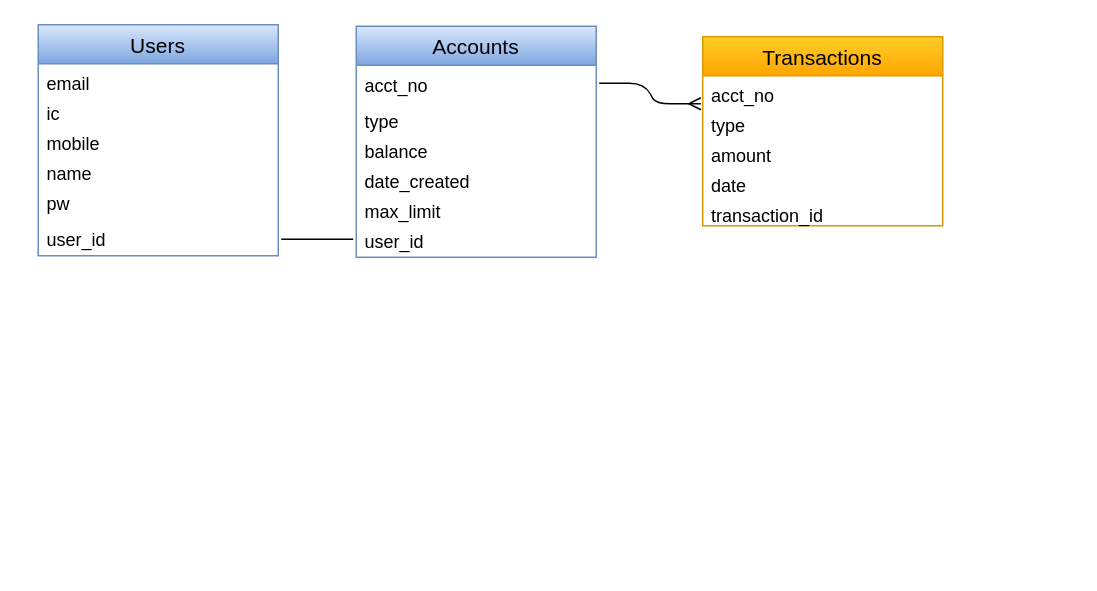
This is page "ER Diagram" (1 of 2) of Untitled Diagram.drawio from yihching8/DevToolkit2SQL, a draw.io file, before an edit. Source tidied: cells renumbered, new cells numbered last; positions are measured from the earlier drawing's top-left corner, leaving out a move shared by most shapes. Both pictures are drawn from the tidied source at 150%, with x=0, y=0 at pixel (38, 24).
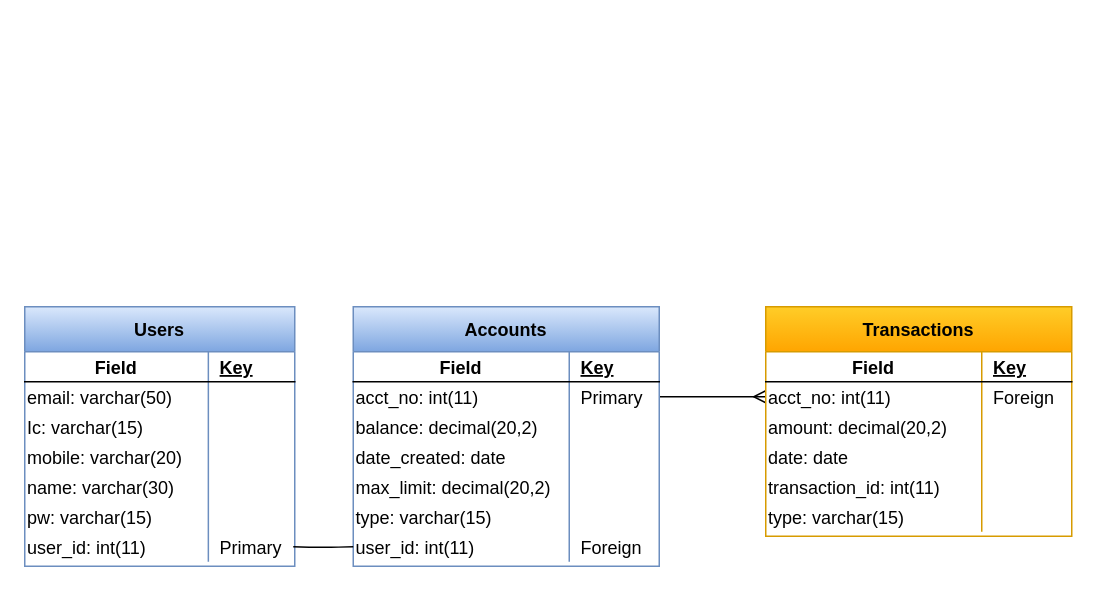
The same page after the edit.

The edit, as a diff of the source:
```diff
@@
+    <mxCell id="22" style="edgeStyle=entityRelationEdgeStyle;fontSize=12;html=1;endArrow=ERmany;exitX=1;exitY=0.5;exitDx=0;exitDy=0;entryX=0;entryY=0.5;entryDx=0;entryDy=0;" parent="1" edge="1" source="48" target="70">
+      <mxGeometry relative="1" as="geometry" />
+    </mxCell>
+    <mxCell id="9" value="Users" style="shape=table;startSize=30;childLayout=tableLayout;rowLines=0;fontStyle=1;align=center;gradientColor=#7ea6e0;fillColor=#dae8fc;strokeColor=#6c8ebf;" parent="1" vertex="1">
+      <mxGeometry x="-9" y="188" width="180" height="173" as="geometry" />
+    </mxCell>
+    <mxCell id="24" style="shape=partialRectangle;fillColor=none;top=0;left=0;bottom=1;right=0;" parent="9" vertex="1">
+      <mxGeometry y="30" width="180" height="20" as="geometry" />
+    </mxCell>
+    <mxCell id="25" value="Field" style="shape=partialRectangle;fillColor=none;top=0;left=0;bottom=0;right=0;fontStyle=1;overflow=hidden;" parent="24" vertex="1">
+      <mxGeometry width="122.4" height="20" as="geometry" />
+    </mxCell>
+    <mxCell id="26" value="Key" style="shape=partialRectangle;fillColor=none;top=0;left=0;bottom=0;right=0;align=left;spacingLeft=6;fontStyle=5;overflow=hidden;" parent="24" vertex="1">
+      <mxGeometry x="122.4" width="57.6" height="20" as="geometry" />
+    </mxCell>
+    <mxCell id="27" style="shape=partialRectangle;fillColor=none;top=0;left=0;bottom=0;right=0;" parent="9" vertex="1">
+      <mxGeometry y="50" width="180" height="20" as="geometry" />
+    </mxCell>
+    <mxCell id="28" value="email: varchar(50)" style="shape=partialRectangle;fillColor=none;top=0;left=0;bottom=0;right=0;overflow=hidden;align=left;" parent="27" vertex="1">
+      <mxGeometry width="122.4" height="20" as="geometry" />
+    </mxCell>
+    <mxCell id="29" style="shape=partialRectangle;fillColor=none;top=0;left=0;bottom=0;right=0;align=left;spacingLeft=6;overflow=hidden;" parent="27" vertex="1">
+      <mxGeometry x="122.4" width="57.6" height="20" as="geometry" />
+    </mxCell>
+    <mxCell id="30" style="shape=partialRectangle;fillColor=none;top=0;left=0;bottom=0;right=0;" parent="9" vertex="1">
+      <mxGeometry y="70" width="180" height="20" as="geometry" />
+    </mxCell>
+    <mxCell id="31" value="Ic: varchar(15)" style="shape=partialRectangle;fillColor=none;top=0;left=0;bottom=0;right=0;overflow=hidden;align=left;" parent="30" vertex="1">
+      <mxGeometry width="122.4" height="20" as="geometry" />
+    </mxCell>
+    <mxCell id="32" style="shape=partialRectangle;fillColor=none;top=0;left=0;bottom=0;right=0;align=left;spacingLeft=6;overflow=hidden;" parent="30" vertex="1">
+      <mxGeometry x="122.4" width="57.6" height="20" as="geometry" />
+    </mxCell>
+    <mxCell id="33" style="shape=partialRectangle;fillColor=none;top=0;left=0;bottom=0;right=0;" parent="9" vertex="1">
+      <mxGeometry y="90" width="180" height="20" as="geometry" />
+    </mxCell>
+    <mxCell id="34" value="mobile: varchar(20)" style="shape=partialRectangle;fillColor=none;top=0;left=0;bottom=0;right=0;overflow=hidden;align=left;" parent="33" vertex="1">
+      <mxGeometry width="122.4" height="20" as="geometry" />
+    </mxCell>
+    <mxCell id="35" style="shape=partialRectangle;fillColor=none;top=0;left=0;bottom=0;right=0;align=left;spacingLeft=6;overflow=hidden;" parent="33" vertex="1">
+      <mxGeometry x="122.4" width="57.6" height="20" as="geometry" />
+    </mxCell>
+    <mxCell id="36" style="shape=partialRectangle;fillColor=none;top=0;left=0;bottom=0;right=0;" parent="9" vertex="1">
+      <mxGeometry y="110" width="180" height="20" as="geometry" />
+    </mxCell>
+    <mxCell id="37" value="name: varchar(30)" style="shape=partialRectangle;fillColor=none;top=0;left=0;bottom=0;right=0;overflow=hidden;align=left;" parent="36" vertex="1">
+      <mxGeometry width="122.4" height="20" as="geometry" />
+    </mxCell>
+    <mxCell id="38" style="shape=partialRectangle;fillColor=none;top=0;left=0;bottom=0;right=0;align=left;spacingLeft=6;overflow=hidden;" parent="36" vertex="1">
+      <mxGeometry x="122.4" width="57.6" height="20" as="geometry" />
+    </mxCell>
+    <mxCell id="39" style="shape=partialRectangle;fillColor=none;top=0;left=0;bottom=0;right=0;" parent="9" vertex="1">
+      <mxGeometry y="130" width="180" height="20" as="geometry" />
+    </mxCell>
+    <mxCell id="40" value="pw: varchar(15)" style="shape=partialRectangle;fillColor=none;top=0;left=0;bottom=0;right=0;overflow=hidden;align=left;" parent="39" vertex="1">
+      <mxGeometry width="122.4" height="20" as="geometry" />
+    </mxCell>
+    <mxCell id="41" style="shape=partialRectangle;fillColor=none;top=0;left=0;bottom=0;right=0;align=left;spacingLeft=6;overflow=hidden;" parent="39" vertex="1">
+      <mxGeometry x="122.4" width="57.6" height="20" as="geometry" />
+    </mxCell>
+    <mxCell id="42" style="shape=partialRectangle;fillColor=none;top=0;left=0;bottom=0;right=0;" parent="9" vertex="1">
+      <mxGeometry y="150" width="180" height="20" as="geometry" />
+    </mxCell>
+    <mxCell id="43" value="user_id: int(11)" style="shape=partialRectangle;fillColor=none;top=0;left=0;bottom=0;right=0;overflow=hidden;align=left;" parent="42" vertex="1">
+      <mxGeometry width="122.4" height="20" as="geometry" />
+    </mxCell>
+    <mxCell id="44" value="Primary" style="shape=partialRectangle;fillColor=none;top=0;left=0;bottom=0;right=0;align=left;spacingLeft=6;overflow=hidden;" parent="42" vertex="1">
+      <mxGeometry x="122.4" width="57.6" height="20" as="geometry" />
+    </mxCell>
-    <mxCell id="2" value="Accounts" style="swimlane;fontStyle=0;horizontal=1;startSize=26;align=center;fontSize=14;fillColor=#dae8fc;strokeColor=#6c8ebf;gradientColor=#7ea6e0;" parent="1" vertex="1">
-      <mxGeometry x="212" y="1" width="160" height="154" as="geometry" />
+    <mxCell id="2" value="Accounts" style="shape=table;startSize=30;childLayout=tableLayout;rowLines=0;fontStyle=1;align=center;gradientColor=#7ea6e0;fillColor=#dae8fc;strokeColor=#6c8ebf;" parent="1" vertex="1">
+      <mxGeometry x="210" y="188" width="204" height="173" as="geometry" />
     </mxCell>
-    <mxCell id="3" value="acct_no" style="text;strokeColor=none;fillColor=none;spacingLeft=4;spacingRight=4;overflow=hidden;fontSize=12;" parent="2" vertex="1">
-      <mxGeometry y="26" width="160" height="24" as="geometry" />
-    </mxCell>
-    <mxCell id="4" value="type" style="text;strokeColor=none;fillColor=none;spacingLeft=4;spacingRight=4;overflow=hidden;fontSize=12;" parent="2" vertex="1">
-      <mxGeometry y="50" width="160" height="20" as="geometry" />
-    </mxCell>
-    <mxCell id="5" value="balance" style="text;strokeColor=none;fillColor=none;spacingLeft=4;spacingRight=4;overflow=hidden;fontSize=12;" parent="2" vertex="1">
-      <mxGeometry y="70" width="160" height="20" as="geometry" />
-    </mxCell>
-    <mxCell id="6" value="date_created" style="text;strokeColor=none;fillColor=none;spacingLeft=4;spacingRight=4;overflow=hidden;fontSize=12;" parent="2" vertex="1">
-      <mxGeometry y="90" width="160" height="20" as="geometry" />
-    </mxCell>
-    <mxCell id="7" value="max_limit" style="text;strokeColor=none;fillColor=none;spacingLeft=4;spacingRight=4;overflow=hidden;fontSize=12;" parent="2" vertex="1">
-      <mxGeometry y="110" width="160" height="20" as="geometry" />
-    </mxCell>
-    <mxCell id="8" value="user_id" style="text;strokeColor=none;fillColor=none;spacingLeft=4;spacingRight=4;overflow=hidden;fontSize=12;" parent="2" vertex="1">
-      <mxGeometry y="130" width="160" height="24" as="geometry" />
-    </mxCell>
-    <mxCell id="9" value="Users" style="swimlane;fontStyle=0;horizontal=1;startSize=26;align=center;fontSize=14;fillColor=#dae8fc;strokeColor=#6c8ebf;gradientColor=#7ea6e0;" parent="1" vertex="1">
-      <mxGeometry width="160" height="154" as="geometry" />
-    </mxCell>
-    <mxCell id="10" value="email" style="text;strokeColor=none;fillColor=none;spacingLeft=4;spacingRight=4;overflow=hidden;fontSize=12;" parent="9" vertex="1">
-      <mxGeometry y="26" width="160" height="20" as="geometry" />
-    </mxCell>
-    <mxCell id="11" value="ic" style="text;strokeColor=none;fillColor=none;spacingLeft=4;spacingRight=4;overflow=hidden;fontSize=12;" parent="9" vertex="1">
-      <mxGeometry y="46" width="160" height="20" as="geometry" />
-    </mxCell>
-    <mxCell id="12" value="mobile" style="text;strokeColor=none;fillColor=none;spacingLeft=4;spacingRight=4;overflow=hidden;fontSize=12;" parent="9" vertex="1">
-      <mxGeometry y="66" width="160" height="20" as="geometry" />
-    </mxCell>
-    <mxCell id="13" value="name" style="text;strokeColor=none;fillColor=none;spacingLeft=4;spacingRight=4;overflow=hidden;fontSize=12;" parent="9" vertex="1">
-      <mxGeometry y="86" width="160" height="20" as="geometry" />
-    </mxCell>
-    <mxCell id="14" value="pw" style="text;strokeColor=none;fillColor=none;spacingLeft=4;spacingRight=4;overflow=hidden;fontSize=12;" parent="9" vertex="1">
-      <mxGeometry y="106" width="160" height="24" as="geometry" />
-    </mxCell>
-    <mxCell id="15" value="user_id" style="text;strokeColor=none;fillColor=none;spacingLeft=4;spacingRight=4;overflow=hidden;fontSize=12;" parent="9" vertex="1">
-      <mxGeometry y="130" width="160" height="24" as="geometry" />
-    </mxCell>
+    <mxCell id="45" style="shape=partialRectangle;fillColor=none;top=0;left=0;bottom=1;right=0;" parent="2" vertex="1">
+      <mxGeometry y="30" width="204" height="20" as="geometry" />
+    </mxCell>
+    <mxCell id="46" value="Field" style="shape=partialRectangle;fillColor=none;top=0;left=0;bottom=0;right=0;fontStyle=1;overflow=hidden;" parent="45" vertex="1">
+      <mxGeometry width="144" height="20" as="geometry" />
+    </mxCell>
+    <mxCell id="47" value="Key" style="shape=partialRectangle;fillColor=none;top=0;left=0;bottom=0;right=0;align=left;spacingLeft=6;fontStyle=5;overflow=hidden;" parent="45" vertex="1">
+      <mxGeometry x="144" width="60" height="20" as="geometry" />
+    </mxCell>
+    <mxCell id="48" style="shape=partialRectangle;fillColor=none;top=0;left=0;bottom=0;right=0;points=[[0,0.5],[1,0.5]];portConstraint=eastwest;" parent="2" vertex="1">
+      <mxGeometry y="50" width="204" height="20" as="geometry" />
+    </mxCell>
+    <mxCell id="49" value="acct_no: int(11)" style="shape=partialRectangle;fillColor=none;top=0;left=0;bottom=0;right=0;overflow=hidden;align=left;fontStyle=0;" parent="48" vertex="1">
+      <mxGeometry width="144" height="20" as="geometry" />
+    </mxCell>
+    <mxCell id="50" value="Primary" style="shape=partialRectangle;fillColor=none;top=0;left=0;bottom=0;right=0;align=left;spacingLeft=6;overflow=hidden;" parent="48" vertex="1">
+      <mxGeometry x="144" width="60" height="20" as="geometry" />
+    </mxCell>
+    <mxCell id="51" style="shape=partialRectangle;fillColor=none;top=0;left=0;bottom=0;right=0;" parent="2" vertex="1">
+      <mxGeometry y="70" width="204" height="20" as="geometry" />
+    </mxCell>
+    <mxCell id="52" value="balance: decimal(20,2)" style="shape=partialRectangle;fillColor=none;top=0;left=0;bottom=0;right=0;overflow=hidden;align=left;" parent="51" vertex="1">
+      <mxGeometry width="144" height="20" as="geometry" />
+    </mxCell>
+    <mxCell id="53" style="shape=partialRectangle;fillColor=none;top=0;left=0;bottom=0;right=0;align=left;spacingLeft=6;overflow=hidden;" parent="51" vertex="1">
+      <mxGeometry x="144" width="60" height="20" as="geometry" />
+    </mxCell>
+    <mxCell id="54" style="shape=partialRectangle;fillColor=none;top=0;left=0;bottom=0;right=0;" parent="2" vertex="1">
+      <mxGeometry y="90" width="204" height="20" as="geometry" />
+    </mxCell>
+    <mxCell id="55" value="date_created: date" style="shape=partialRectangle;fillColor=none;top=0;left=0;bottom=0;right=0;overflow=hidden;align=left;" parent="54" vertex="1">
+      <mxGeometry width="144" height="20" as="geometry" />
+    </mxCell>
+    <mxCell id="56" style="shape=partialRectangle;fillColor=none;top=0;left=0;bottom=0;right=0;align=left;spacingLeft=6;overflow=hidden;" parent="54" vertex="1">
+      <mxGeometry x="144" width="60" height="20" as="geometry" />
+    </mxCell>
+    <mxCell id="57" style="shape=partialRectangle;fillColor=none;top=0;left=0;bottom=0;right=0;" parent="2" vertex="1">
+      <mxGeometry y="110" width="204" height="20" as="geometry" />
+    </mxCell>
+    <mxCell id="58" value="max_limit: decimal(20,2)" style="shape=partialRectangle;fillColor=none;top=0;left=0;bottom=0;right=0;overflow=hidden;align=left;" parent="57" vertex="1">
+      <mxGeometry width="144" height="20" as="geometry" />
+    </mxCell>
+    <mxCell id="59" style="shape=partialRectangle;fillColor=none;top=0;left=0;bottom=0;right=0;align=left;spacingLeft=6;overflow=hidden;" parent="57" vertex="1">
+      <mxGeometry x="144" width="60" height="20" as="geometry" />
+    </mxCell>
+    <mxCell id="60" style="shape=partialRectangle;fillColor=none;top=0;left=0;bottom=0;right=0;" parent="2" vertex="1">
+      <mxGeometry y="130" width="204" height="20" as="geometry" />
+    </mxCell>
+    <mxCell id="61" value="type: varchar(15)" style="shape=partialRectangle;fillColor=none;top=0;left=0;bottom=0;right=0;overflow=hidden;align=left;" parent="60" vertex="1">
+      <mxGeometry width="144" height="20" as="geometry" />
+    </mxCell>
+    <mxCell id="62" style="shape=partialRectangle;fillColor=none;top=0;left=0;bottom=0;right=0;align=left;spacingLeft=6;overflow=hidden;" parent="60" vertex="1">
+      <mxGeometry x="144" width="60" height="20" as="geometry" />
+    </mxCell>
+    <mxCell id="63" style="shape=partialRectangle;fillColor=none;top=0;left=0;bottom=0;right=0;points=[[0,0.5],[1,0.5]];portConstraint=eastwest;" parent="2" vertex="1">
+      <mxGeometry y="150" width="204" height="20" as="geometry" />
+    </mxCell>
+    <mxCell id="64" value="user_id: int(11)" style="shape=partialRectangle;fillColor=none;top=0;left=0;bottom=0;right=0;overflow=hidden;align=left;" parent="63" vertex="1">
+      <mxGeometry width="144" height="20" as="geometry" />
+    </mxCell>
+    <mxCell id="65" value="Foreign" style="shape=partialRectangle;fillColor=none;top=0;left=0;bottom=0;right=0;align=left;spacingLeft=6;overflow=hidden;" parent="63" vertex="1">
+      <mxGeometry x="144" width="60" height="20" as="geometry" />
+    </mxCell>
+    <mxCell id="66" style="endArrow=none;html=1;edgeStyle=orthogonalEdgeStyle;entryX=0;entryY=0.5;entryDx=0;entryDy=0;" parent="1" edge="1" target="63">
+      <mxGeometry relative="1" as="geometry">
+        <mxPoint x="170" y="348" as="sourcePoint" />
+      </mxGeometry>
+    </mxCell>
-    <mxCell id="16" value="Transactions" style="swimlane;fontStyle=0;horizontal=1;startSize=26;align=center;fontSize=14;fillColor=#ffcd28;strokeColor=#d79b00;gradientColor=#ffa500;" parent="1" vertex="1">
-      <mxGeometry x="443" y="8" width="160" height="126" as="geometry" />
+    <mxCell id="16" value="Transactions" style="shape=table;startSize=30;childLayout=tableLayout;rowLines=0;fontStyle=1;align=center;gradientColor=#ffa500;fillColor=#ffcd28;strokeColor=#d79b00;" parent="1" vertex="1">
+      <mxGeometry x="485" y="188" width="204" height="153" as="geometry" />
     </mxCell>
-    <mxCell id="17" value="acct_no" style="text;strokeColor=none;fillColor=none;spacingLeft=4;spacingRight=4;overflow=hidden;fontSize=12;" parent="16" vertex="1">
-      <mxGeometry y="26" width="160" height="20" as="geometry" />
-    </mxCell>
-    <mxCell id="18" value="type" style="text;strokeColor=none;fillColor=none;spacingLeft=4;spacingRight=4;overflow=hidden;points=[[0,0.5],[1,0.5]];portConstraint=eastwest;fontSize=12;" parent="16" vertex="1">
-      <mxGeometry y="46" width="160" height="20" as="geometry" />
-    </mxCell>
-    <mxCell id="19" value="amount" style="text;strokeColor=none;fillColor=none;spacingLeft=4;spacingRight=4;overflow=hidden;fontSize=12;" parent="16" vertex="1">
-      <mxGeometry y="66" width="160" height="20" as="geometry" />
-    </mxCell>
-    <mxCell id="20" value="date" style="text;strokeColor=none;fillColor=none;spacingLeft=4;spacingRight=4;overflow=hidden;fontSize=12;" parent="16" vertex="1">
-      <mxGeometry y="86" width="160" height="20" as="geometry" />
-    </mxCell>
-    <mxCell id="21" value="transaction_id" style="text;strokeColor=none;fillColor=none;spacingLeft=4;spacingRight=4;overflow=hidden;fontSize=12;" parent="16" vertex="1">
-      <mxGeometry y="106" width="160" height="20" as="geometry" />
-    </mxCell>
-    <mxCell id="22" style="edgeStyle=entityRelationEdgeStyle;fontSize=12;html=1;endArrow=ERmany;entryX=-0.008;entryY=-0.067;entryDx=0;entryDy=0;entryPerimeter=0;" parent="1" edge="1" target="18">
-      <mxGeometry relative="1" as="geometry">
-        <mxPoint x="374" y="39" as="sourcePoint" />
-      </mxGeometry>
-    </mxCell>
-    <mxCell id="23" style="endArrow=none;html=1;edgeStyle=orthogonalEdgeStyle;entryX=0;entryY=0.5;entryDx=0;entryDy=0;" parent="1" edge="1">
-      <mxGeometry relative="1" as="geometry">
-        <mxPoint x="162" y="143" as="sourcePoint" />
-        <mxPoint x="210" y="143" as="targetPoint" />
-      </mxGeometry>
-    </mxCell>
+    <mxCell id="67" style="shape=partialRectangle;fillColor=none;top=0;left=0;bottom=1;right=0;" parent="16" vertex="1">
+      <mxGeometry y="30" width="204" height="20" as="geometry" />
+    </mxCell>
+    <mxCell id="68" value="Field" style="shape=partialRectangle;fillColor=none;top=0;left=0;bottom=0;right=0;fontStyle=1;overflow=hidden;" parent="67" vertex="1">
+      <mxGeometry width="144" height="20" as="geometry" />
+    </mxCell>
+    <mxCell id="69" value="Key" style="shape=partialRectangle;fillColor=none;top=0;left=0;bottom=0;right=0;align=left;spacingLeft=6;fontStyle=5;overflow=hidden;" parent="67" vertex="1">
+      <mxGeometry x="144" width="60" height="20" as="geometry" />
+    </mxCell>
+    <mxCell id="70" style="shape=partialRectangle;fillColor=none;top=0;left=0;bottom=0;right=0;points=[[0,0.5],[1,0.5]];portConstraint=eastwest;" parent="16" vertex="1">
+      <mxGeometry y="50" width="204" height="20" as="geometry" />
+    </mxCell>
+    <mxCell id="71" value="acct_no: int(11)" style="shape=partialRectangle;fillColor=none;top=0;left=0;bottom=0;right=0;overflow=hidden;align=left;fontStyle=0;" parent="70" vertex="1">
+      <mxGeometry width="144" height="20" as="geometry" />
+    </mxCell>
+    <mxCell id="72" value="Foreign" style="shape=partialRectangle;fillColor=none;top=0;left=0;bottom=0;right=0;align=left;spacingLeft=6;overflow=hidden;" parent="70" vertex="1">
+      <mxGeometry x="144" width="60" height="20" as="geometry" />
+    </mxCell>
+    <mxCell id="73" style="shape=partialRectangle;fillColor=none;top=0;left=0;bottom=0;right=0;" parent="16" vertex="1">
+      <mxGeometry y="70" width="204" height="20" as="geometry" />
+    </mxCell>
+    <mxCell id="74" value="amount: decimal(20,2)" style="shape=partialRectangle;fillColor=none;top=0;left=0;bottom=0;right=0;overflow=hidden;align=left;" parent="73" vertex="1">
+      <mxGeometry width="144" height="20" as="geometry" />
+    </mxCell>
+    <mxCell id="75" style="shape=partialRectangle;fillColor=none;top=0;left=0;bottom=0;right=0;align=left;spacingLeft=6;overflow=hidden;" parent="73" vertex="1">
+      <mxGeometry x="144" width="60" height="20" as="geometry" />
+    </mxCell>
+    <mxCell id="76" style="shape=partialRectangle;fillColor=none;top=0;left=0;bottom=0;right=0;" parent="16" vertex="1">
+      <mxGeometry y="90" width="204" height="20" as="geometry" />
+    </mxCell>
+    <mxCell id="77" value="date: date" style="shape=partialRectangle;fillColor=none;top=0;left=0;bottom=0;right=0;overflow=hidden;align=left;" parent="76" vertex="1">
+      <mxGeometry width="144" height="20" as="geometry" />
+    </mxCell>
+    <mxCell id="78" style="shape=partialRectangle;fillColor=none;top=0;left=0;bottom=0;right=0;align=left;spacingLeft=6;overflow=hidden;" parent="76" vertex="1">
+      <mxGeometry x="144" width="60" height="20" as="geometry" />
+    </mxCell>
+    <mxCell id="79" style="shape=partialRectangle;fillColor=none;top=0;left=0;bottom=0;right=0;" parent="16" vertex="1">
+      <mxGeometry y="110" width="204" height="20" as="geometry" />
+    </mxCell>
+    <mxCell id="80" value="transaction_id: int(11)" style="shape=partialRectangle;fillColor=none;top=0;left=0;bottom=0;right=0;overflow=hidden;align=left;" parent="79" vertex="1">
+      <mxGeometry width="144" height="20" as="geometry" />
+    </mxCell>
+    <mxCell id="81" style="shape=partialRectangle;fillColor=none;top=0;left=0;bottom=0;right=0;align=left;spacingLeft=6;overflow=hidden;" parent="79" vertex="1">
+      <mxGeometry x="144" width="60" height="20" as="geometry" />
+    </mxCell>
+    <mxCell id="82" style="shape=partialRectangle;fillColor=none;top=0;left=0;bottom=0;right=0;" parent="16" vertex="1">
+      <mxGeometry y="130" width="204" height="20" as="geometry" />
+    </mxCell>
+    <mxCell id="83" value="type: varchar(15)" style="shape=partialRectangle;fillColor=none;top=0;left=0;bottom=0;right=0;overflow=hidden;align=left;" parent="82" vertex="1">
+      <mxGeometry width="144" height="20" as="geometry" />
+    </mxCell>
+    <mxCell id="84" style="shape=partialRectangle;fillColor=none;top=0;left=0;bottom=0;right=0;align=left;spacingLeft=6;overflow=hidden;" parent="82" vertex="1">
+      <mxGeometry x="144" width="60" height="20" as="geometry" />
+    </mxCell>
```
